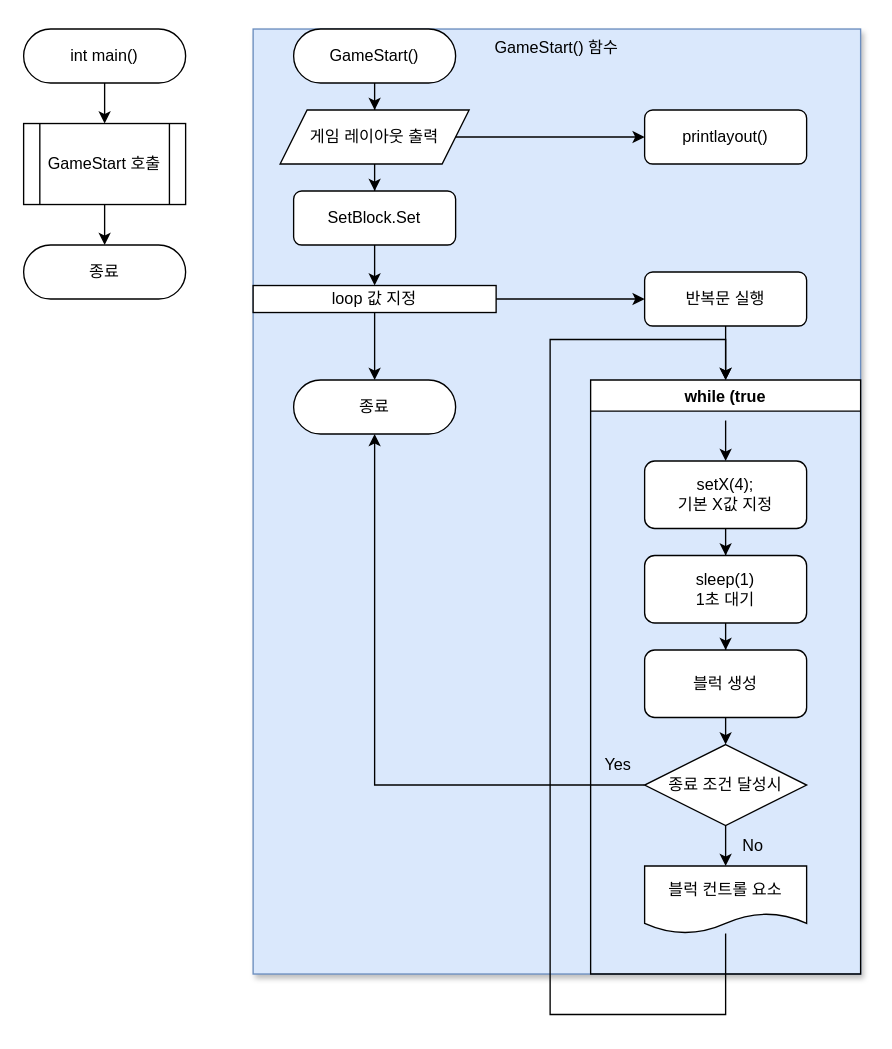
Above: 제목 없는 다이어그램.drawio in pH-513/Tetris (draw.io), before the change. Source tidied: cells renumbered, new cells numbered last; positions are measured from the earlier drawing's top-left corner, leaving out a move shared by most shapes. Both pictures are drawn from the tidied source at 135%, with x=0, y=0 at pixel (23, 28).
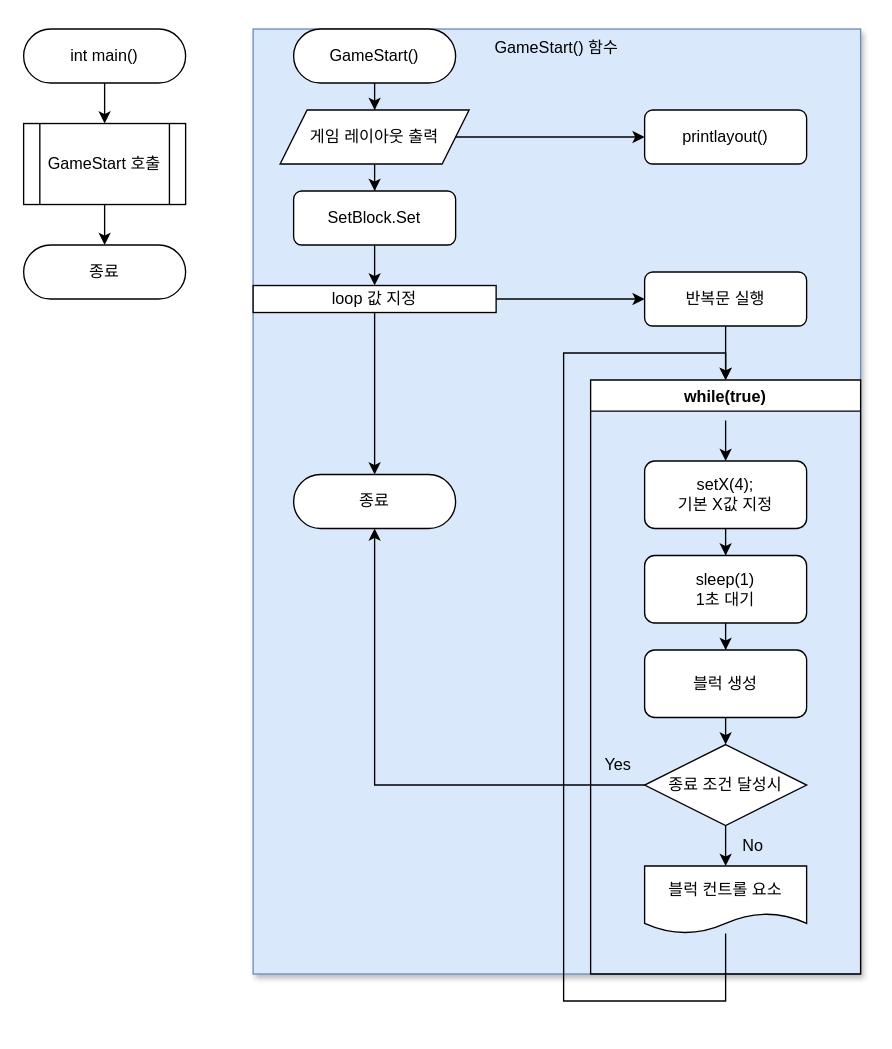
Above is the later version.

Commit message:
다이어그램 업데이트

The change refers to these unchanged cells:
```xml
<mxCell id="7" value="GameStart() 함수" style="group;fillStyle=auto;fillColor=#dae8fc;strokeColor=#6c8ebf;rounded=0;glass=0;shadow=1;" parent="1" vertex="1">
  <mxGeometry x="170" width="450" height="700" as="geometry" />
</mxCell>
<mxCell id="28" value="블럭 컨트롤 요소" style="shape=document;whiteSpace=wrap;html=1;boundedLbl=1;" parent="17" vertex="1">
  <mxGeometry x="40" y="360" width="120" height="50" as="geometry" />
</mxCell>
```

Change to the diagram source:
```diff
@@
-    <mxCell id="17" value="while (true" style="swimlane;" parent="7" vertex="1">
+    <mxCell id="17" value="while(true)" style="swimlane;" parent="7" vertex="1">
       <mxGeometry x="250" y="260" width="200" height="440" as="geometry" />
     </mxCell>
@@
     <mxCell id="27" style="edgeStyle=orthogonalEdgeStyle;rounded=0;jettySize=auto;html=1;entryX=0.5;entryY=0;entryDx=0;entryDy=0;" parent="17" edge="1" source="28" target="17">
       <mxGeometry relative="1" as="geometry">
         <Array as="points">
-          <mxPoint x="100" y="470" />
-          <mxPoint x="-30" y="470" />
-          <mxPoint x="-30" y="-30" />
-          <mxPoint x="100" y="-30" />
+          <mxPoint x="100" y="460" />
+          <mxPoint x="-20" y="460" />
+          <mxPoint x="-20" y="-20" />
+          <mxPoint x="100" y="-20" />
         </Array>
       </mxGeometry>
     </mxCell>
@@
     <mxCell id="34" value="종료" style="rounded=1;whiteSpace=wrap;html=1;arcSize=50;" parent="7" vertex="1">
-      <mxGeometry x="30" y="260" width="120" height="40" as="geometry" />
+      <mxGeometry x="30" y="330" width="120" height="40" as="geometry" />
     </mxCell>
```
